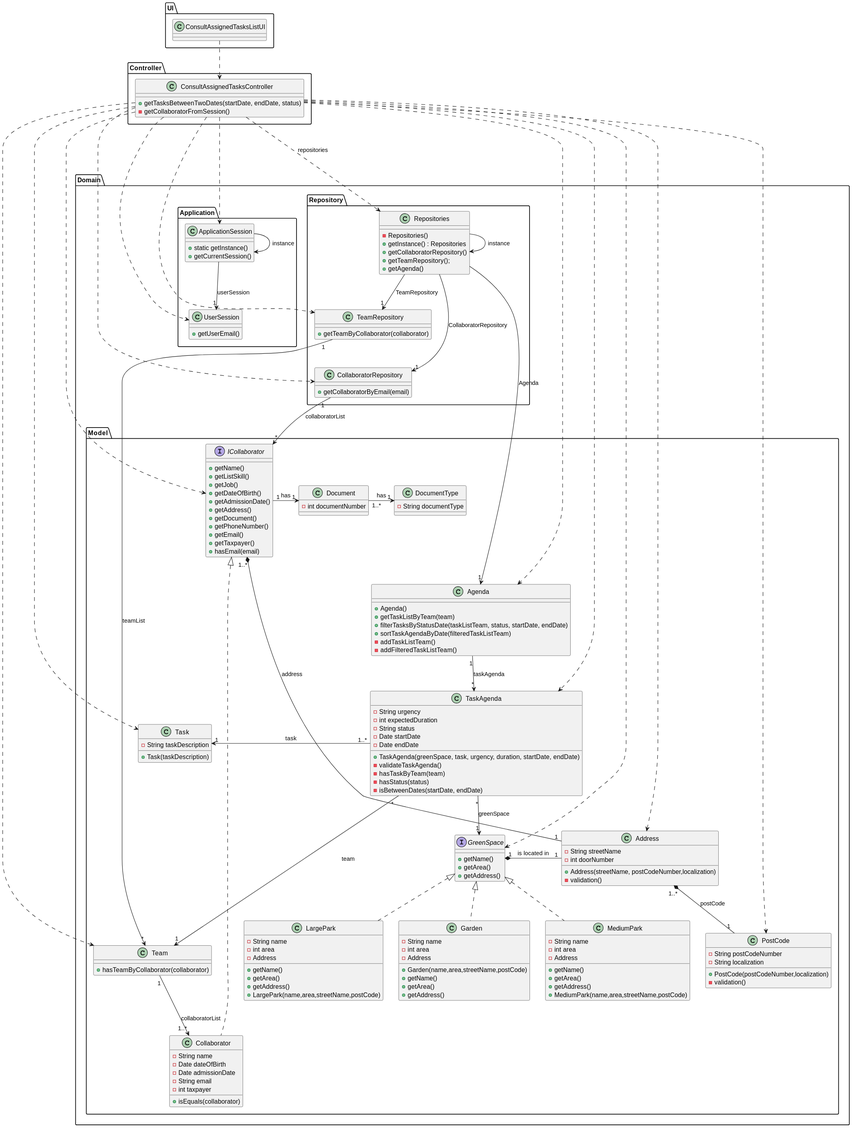
Earlier version of the PlantUML export docs/sprint3/us28/03.design/svg/us28-class-diagram.svg (Departamento-de-Engenharia-Informatica/lei-24-s2-1db-g022).
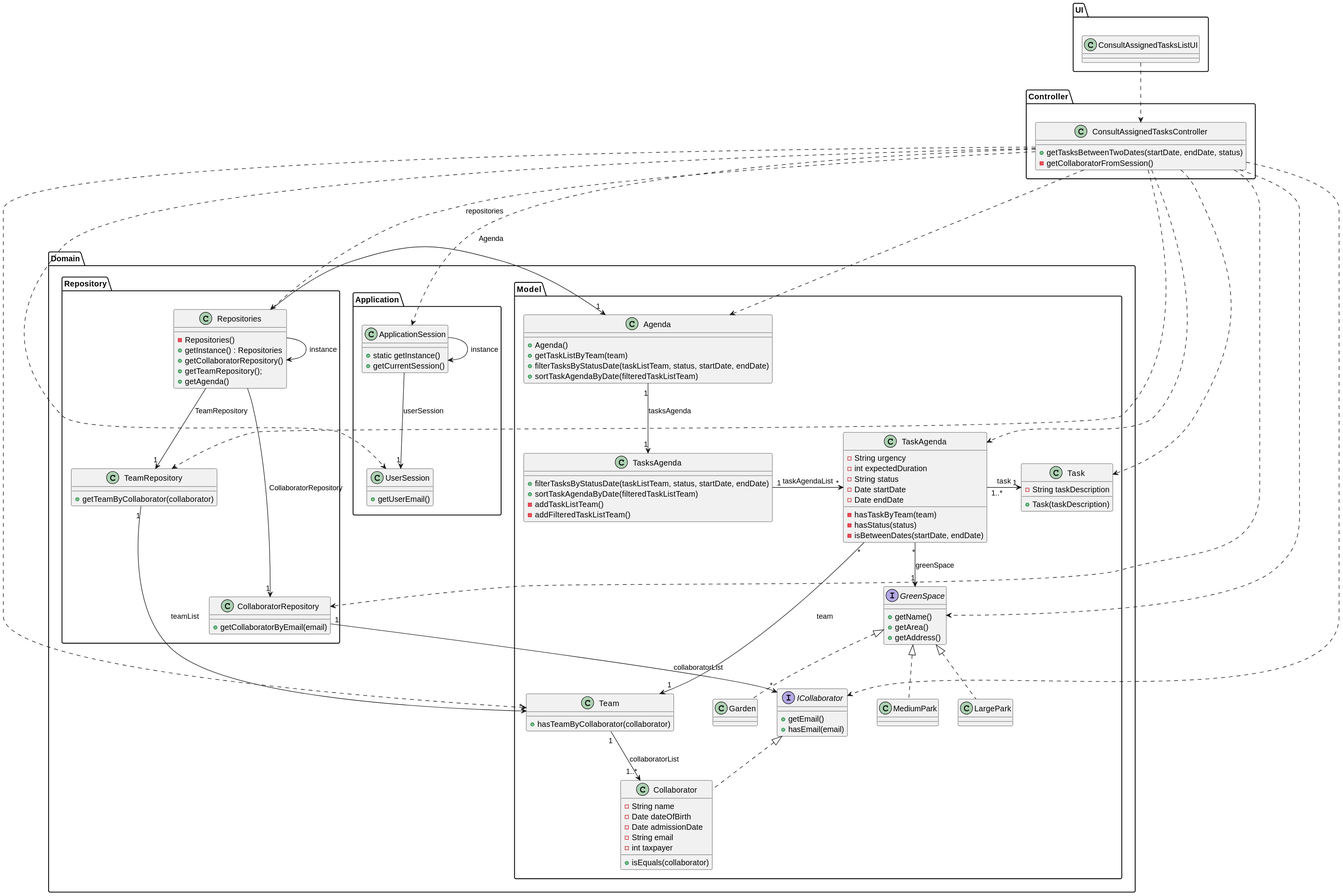
Later version of the same file.

The edit, as a diff of the source:
```diff
@@ -50,81 +50,35 @@
         }
 
         class Garden implements GreenSpace{
-            - String name
-            - int area
-            - Address
 
-            + Garden(name,area,streetName,postCode)
-            + getName()
-            + getArea()
-            + getAddress()
         }
 
         class MediumPark implements GreenSpace{
-            - String name
-            - int area
-            - Address
 
-            + getName()
-            + getArea()
-            + getAddress()
-            + MediumPark(name,area,streetName,postCode)
         }
 
         class LargePark implements GreenSpace{
-            - String name
-            - int area
-            - Address
 
-            + getName()
-            + getArea()
-            + getAddress()
-            + LargePark(name,area,streetName,postCode)
         }
 
         interface ICollaborator{
-            + getName()
-            + getListSkill()
-            + getJob()
-            + getDateOfBirth()
-            + getAdmissionDate()
-            + getAddress()
-            + getDocument()
-            + getPhoneNumber()
             + getEmail()
-            + getTaxpayer()
             + hasEmail(email)
 
-        }
-
-        class Document{
-            - int documentNumber
-        }
-
-        class DocumentType{
-            - String documentType
-        }
-
-        class Address {
-            - String streetName
-            - int doorNumber
-
-            + Address(streetName, postCodeNumber,localization)
-            - validation()
-        }
-
-        class PostCode{
-            - String postCodeNumber
-            - String localization
-
-            + PostCode(postCodeNumber,localization)
-            - validation()
         }
 
         class Task {
             - String taskDescription
 
             + Task(taskDescription)
+        }
+
+        class TasksAgenda {
+
+            + filterTasksByStatusDate(taskListTeam, status, startDate, endDate)
+            + sortTaskAgendaByDate(filteredTaskListTeam)
+            - addTaskListTeam()
+            - addFilteredTaskListTeam()
         }
 
         class TaskAgenda {
@@ -134,8 +88,6 @@
             - Date startDate
             - Date endDate
 
-            + TaskAgenda(greenSpace, task, urgency, duration, startDate, endDate)
-            - validateTaskAgenda()
             - hasTaskByTeam(team)
             - hasStatus(status)
             - isBetweenDates(startDate, endDate)
@@ -157,9 +109,6 @@
             + getTaskListByTeam(team)
             + filterTasksByStatusDate(taskListTeam, status, startDate, endDate)
             + sortTaskAgendaByDate(filteredTaskListTeam)
-            - addTaskListTeam()
-            - addFilteredTaskListTeam()
-
         }
 
     }
@@ -203,8 +152,6 @@
 ConsultAssignedTasksController ...> TaskAgenda
 ConsultAssignedTasksController ...> Agenda
 ConsultAssignedTasksController ...> Team
-ConsultAssignedTasksController ...> Address
-ConsultAssignedTasksController ...> PostCode
 
 ApplicationSession --> "1" UserSession : userSession
 
@@ -216,15 +163,9 @@
 
 TeamRepository "1" -> "*" Team : teamList
 
-Address "1..*" *-- "1" PostCode : postCode
-ICollaborator "1..*" *---- "1" Address : address
+Agenda "1" --> "1" TasksAgenda : tasksAgenda
 
-ICollaborator "1" -> "1" Document : has
-Document "1..*" ->"1" DocumentType : has
-
-GreenSpace "1" *- "1" Address : is located in
-
-Agenda "1" --> "*" TaskAgenda : taskAgenda
+TasksAgenda "1" -> "*" TaskAgenda: taskAgendaList
 
 TaskAgenda "*" --> "1" GreenSpace : greenSpace
 TaskAgenda "1..*" -> "1" Task : task
```
